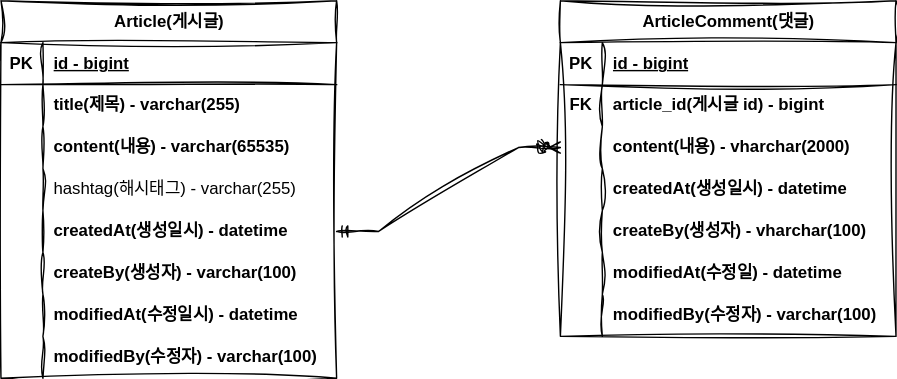
The draw.io diagram document/project-board-erd.svg in newbe01/board-service, before a commit. Source tidied: cells renumbered, new cells last; positions are measured from the earlier drawing's top-left corner, leaving out a move shared by most shapes.
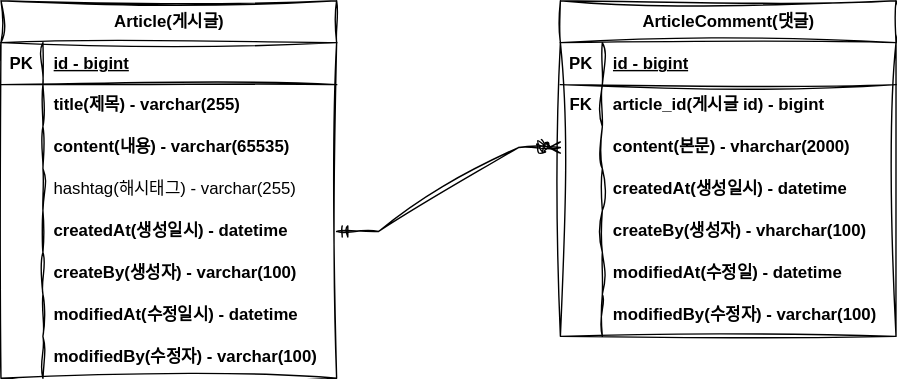
The same file after the commit.

Change to the diagram source:
```diff
@@ -104,7 +104,7 @@
     <mxCell id="35" style="shape=partialRectangle;fillColor=none;top=0;left=0;bottom=0;right=0;overflow=hidden;whiteSpace=wrap;html=1;rounded=0;sketch=1;curveFitting=1;jiggle=2;" parent="34" vertex="1">
       <mxGeometry width="30" height="30" as="geometry" />
     </mxCell>
-    <mxCell id="36" value="content(내용) - vharchar(2000)" style="shape=partialRectangle;fillColor=none;top=0;left=0;bottom=0;right=0;align=left;spacingLeft=6;overflow=hidden;whiteSpace=wrap;html=1;rounded=0;sketch=1;curveFitting=1;jiggle=2;fontStyle=1;" parent="34" vertex="1">
+    <mxCell id="36" value="content(본문) - vharchar(2000)" style="shape=partialRectangle;fillColor=none;top=0;left=0;bottom=0;right=0;align=left;spacingLeft=6;overflow=hidden;whiteSpace=wrap;html=1;rounded=0;sketch=1;curveFitting=1;jiggle=2;fontStyle=1;" parent="34" vertex="1">
       <mxGeometry x="30" width="210" height="30" as="geometry" />
     </mxCell>
     <mxCell id="37" style="shape=tableRow;horizontal=0;startSize=0;swimlaneHead=0;swimlaneBody=0;fillColor=none;top=0;left=0;right=0;bottom=0;rounded=0;sketch=1;curveFitting=1;jiggle=2;" parent="27" vertex="1">
```
